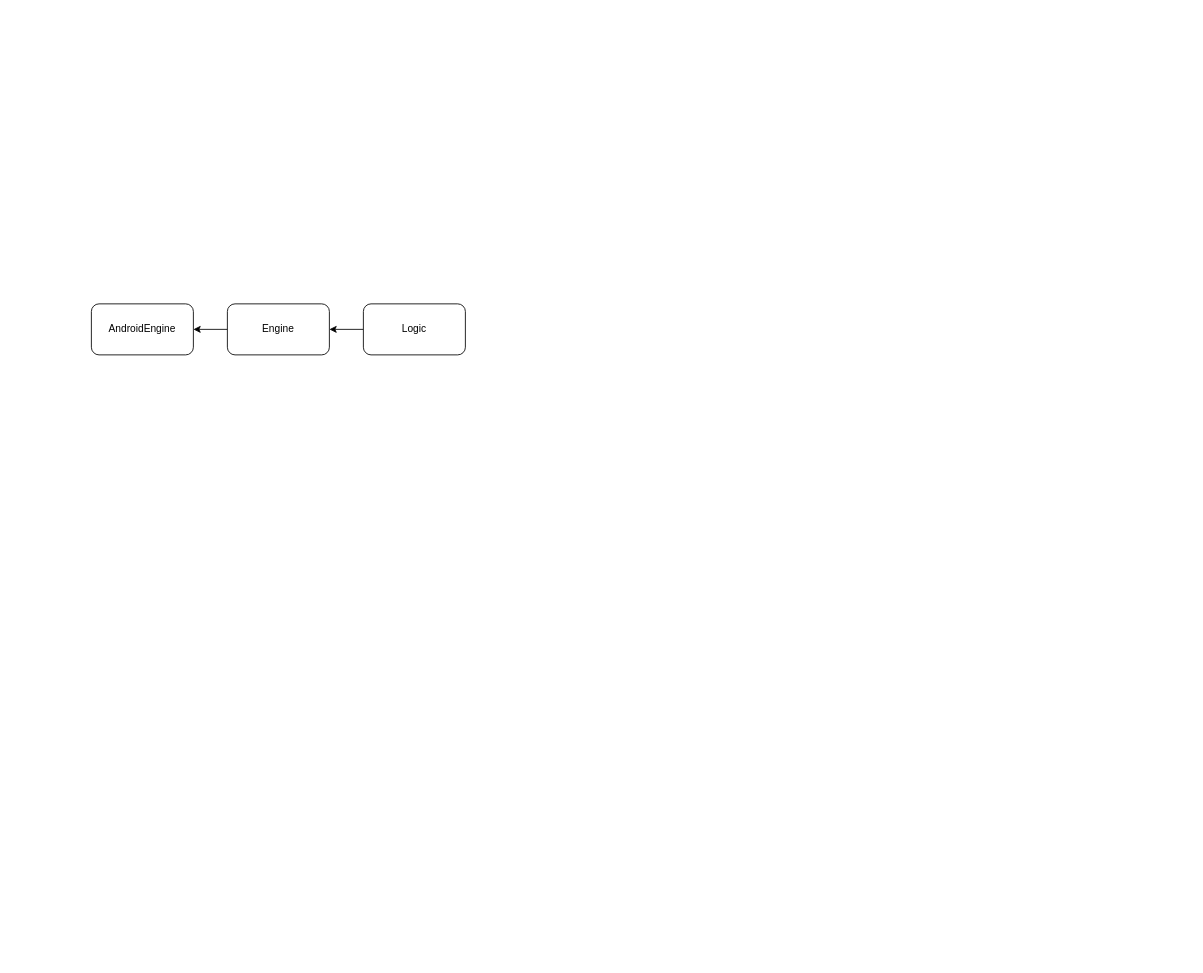
The draw.io diagram Diagrama sin título.drawio in Amphxros/VDM-Mastermind, before the edit. Source tidied: cells renumbered, new cells numbered last; positions are measured from the earlier drawing's top-left corner, leaving out a move shared by most shapes. Both pictures are drawn from the tidied source at 85%, with x=0, y=0 at pixel (91, 303).
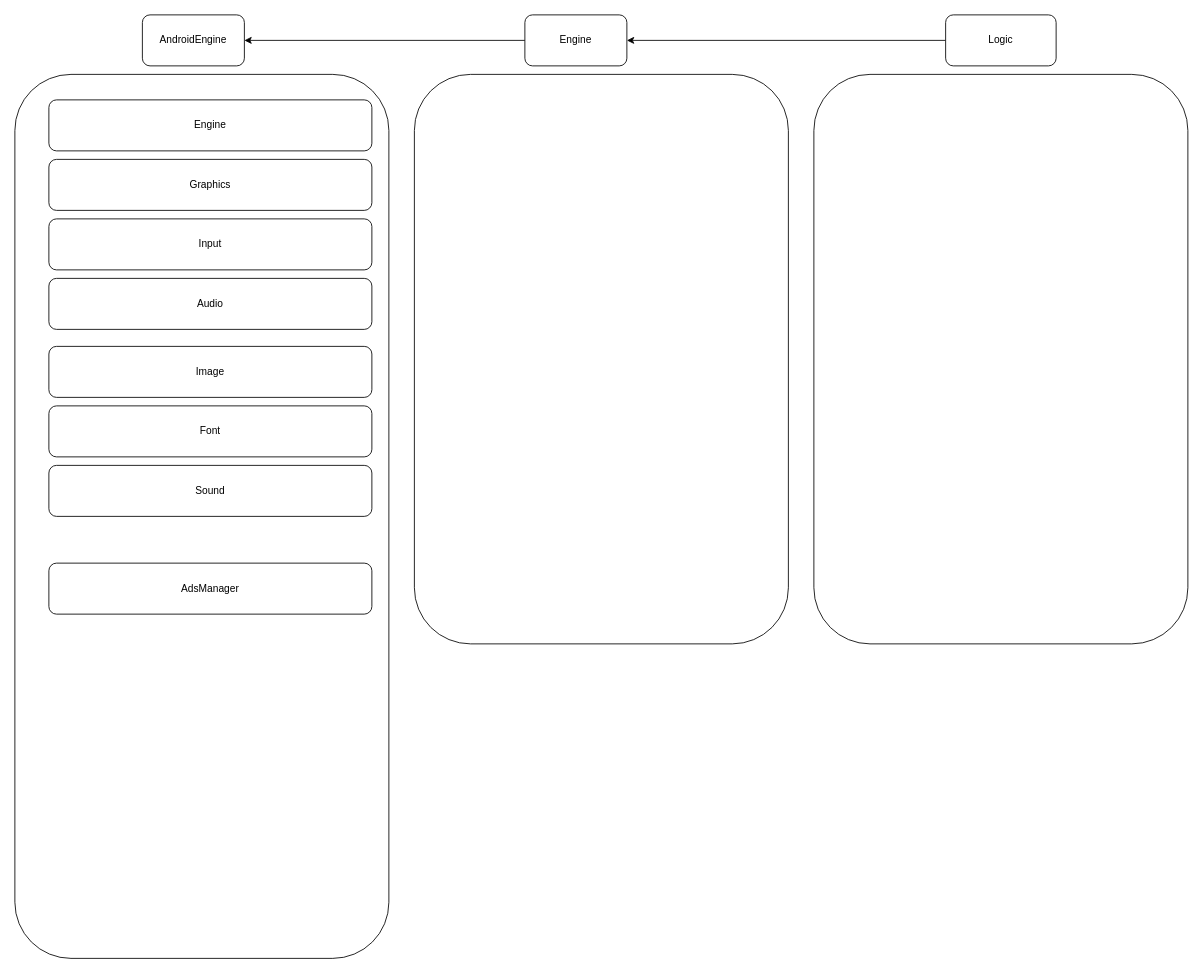
After the change.

The edit, as a diff of the source:
```diff
@@
 <mxGraphModel>
   <root>
     <mxCell id="0" />
     <mxCell id="1" parent="0" />
     <mxCell id="2" style="edgeStyle=orthogonalEdgeStyle;rounded=0;jettySize=auto;html=1;exitX=0;exitY=0.5;exitDx=0;exitDy=0;" parent="1" edge="1" source="3" target="6">
       <mxGeometry relative="1" as="geometry" />
     </mxCell>
     <mxCell id="3" value="Engine" style="rounded=1;whiteSpace=wrap;html=1;" parent="1" vertex="1">
-      <mxGeometry x="160" width="120" height="60" as="geometry" />
+      <mxGeometry x="510" y="-340" width="120" height="60" as="geometry" />
     </mxCell>
     <mxCell id="4" style="edgeStyle=orthogonalEdgeStyle;rounded=0;jettySize=auto;html=1;exitX=0;exitY=0.5;exitDx=0;exitDy=0;entryX=1;entryY=0.5;entryDx=0;entryDy=0;" parent="1" edge="1" source="5" target="3">
       <mxGeometry relative="1" as="geometry" />
     </mxCell>
     <mxCell id="5" value="Logic" style="rounded=1;whiteSpace=wrap;html=1;" parent="1" vertex="1">
-      <mxGeometry x="320" width="120" height="60" as="geometry" />
+      <mxGeometry x="1005" y="-340" width="130" height="60" as="geometry" />
     </mxCell>
     <mxCell id="6" value="AndroidEngine" style="rounded=1;whiteSpace=wrap;html=1;" parent="1" vertex="1">
-      <mxGeometry width="120" height="60" as="geometry" />
+      <mxGeometry x="60" y="-340" width="120" height="60" as="geometry" />
     </mxCell>
+    <mxCell id="7" style="rounded=1;whiteSpace=wrap;html=1;" parent="1" vertex="1">
+      <mxGeometry x="850" y="-270" width="440" height="670" as="geometry" />
+    </mxCell>
+    <mxCell id="8" style="rounded=1;whiteSpace=wrap;html=1;" parent="1" vertex="1">
+      <mxGeometry x="380" y="-270" width="440" height="670" as="geometry" />
+    </mxCell>
+    <mxCell id="9" style="rounded=1;whiteSpace=wrap;html=1;" parent="1" vertex="1">
+      <mxGeometry x="-90" y="-270" width="440" height="1040" as="geometry" />
+    </mxCell>
+    <mxCell id="10" value="Engine" style="rounded=1;whiteSpace=wrap;html=1;" parent="1" vertex="1">
+      <mxGeometry x="-50" y="-240" width="380" height="60" as="geometry" />
+    </mxCell>
+    <mxCell id="11" value="Graphics" style="rounded=1;whiteSpace=wrap;html=1;" parent="1" vertex="1">
+      <mxGeometry x="-50" y="-170" width="380" height="60" as="geometry" />
+    </mxCell>
+    <mxCell id="12" value="Input" style="rounded=1;whiteSpace=wrap;html=1;" parent="1" vertex="1">
+      <mxGeometry x="-50" y="-100" width="380" height="60" as="geometry" />
+    </mxCell>
+    <mxCell id="13" value="Audio" style="rounded=1;whiteSpace=wrap;html=1;" parent="1" vertex="1">
+      <mxGeometry x="-50" y="-30" width="380" height="60" as="geometry" />
+    </mxCell>
+    <mxCell id="14" value="Image" style="rounded=1;whiteSpace=wrap;html=1;" parent="1" vertex="1">
+      <mxGeometry x="-50" y="50" width="380" height="60" as="geometry" />
+    </mxCell>
+    <mxCell id="15" value="Font" style="rounded=1;whiteSpace=wrap;html=1;" parent="1" vertex="1">
+      <mxGeometry x="-50" y="120" width="380" height="60" as="geometry" />
+    </mxCell>
+    <mxCell id="16" value="Sound" style="rounded=1;whiteSpace=wrap;html=1;" parent="1" vertex="1">
+      <mxGeometry x="-50" y="190" width="380" height="60" as="geometry" />
+    </mxCell>
+    <mxCell id="17" value="AdsManager" style="rounded=1;whiteSpace=wrap;html=1;" parent="1" vertex="1">
+      <mxGeometry x="-50" y="305" width="380" height="60" as="geometry" />
+    </mxCell>
   </root>
 </mxGraphModel>
```
